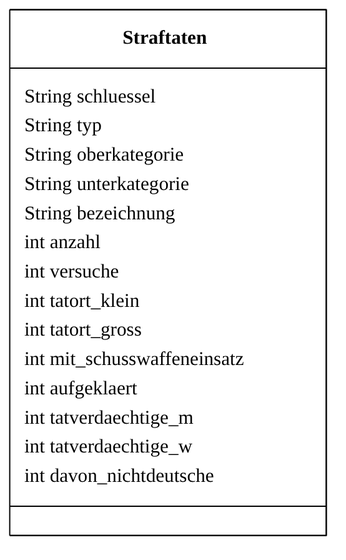
ValentinHerrmann/dbiu_databases keeps this Mermaid diagram as dbiu_databases/straftaten_einfach.png. Above is the earlier version. Its source is kept beside it as dbiu_databases/straftaten_einfach.mmd. The source it was exported from:
```mermaid
%%{init: {"theme": "base", "themeVariables": {"primaryColor": "#ffffff", "mainBkg": "#ffffff", "primaryBorderColor": "#000000", "nodeBorder": "#000000", "lineColor": "#000000", "primaryTextColor": "#000000", "textColor": "#000000", "edgeLabelBackground": "#ffffff", "fontFamily": "Arial, sans-serif"}, "class": {"hideEmptyMembersBox": true, "useMaxWidth": false}}}%%
classDiagram
  direction TB
  class Straftaten {
    String schluessel
    String typ
    String oberkategorie
    String unterkategorie
    String bezeichnung
    int anzahl
    int versuche
    int tatort_klein
    int tatort_gross
    int mit_schusswaffeneinsatz
    int aufgeklaert
    int tatverdaechtige_m
    int tatverdaechtige_w
    int davon_nichtdeutsche
  }
```
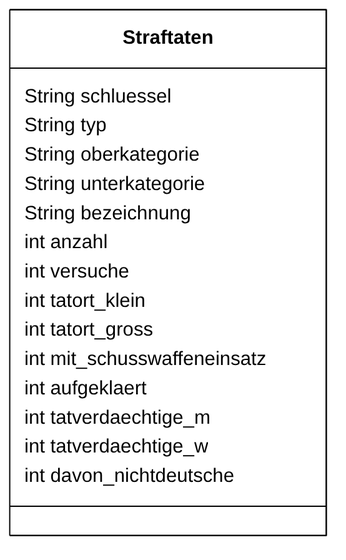
The same diagram one commit later.

What changed in the source:
```diff
@@ -1,6 +1,6 @@
-%%{init: {"theme": "base", "themeVariables": {"primaryColor": "#ffffff", "mainBkg": "#ffffff", "primaryBorderColor": "#000000", "nodeBorder": "#000000", "lineColor": "#000000", "primaryTextColor": "#000000", "textColor": "#000000", "edgeLabelBackground": "#ffffff", "fontFamily": "Arial, sans-serif"}, "class": {"hideEmptyMembersBox": true, "useMaxWidth": false}}}%%
+%%{init: {"fontFamily": "Liberation Sans, Arial, Helvetica, sans-serif", "theme": "base", "themeVariables": {"primaryColor": "#ffffff", "mainBkg": "#ffffff", "primaryBorderColor": "#000000", "nodeBorder": "#000000", "lineColor": "#000000", "primaryTextColor": "#000000", "textColor": "#000000", "edgeLabelBackground": "#ffffff", "fontFamily": "Liberation Sans, Arial, Helvetica, sans-serif"}, "class": {"hideEmptyMembersBox": true, "useMaxWidth": false}}}%%
 classDiagram
-  direction TB
+  direction LR
   class Straftaten {
     String schluessel
     String typ
```
